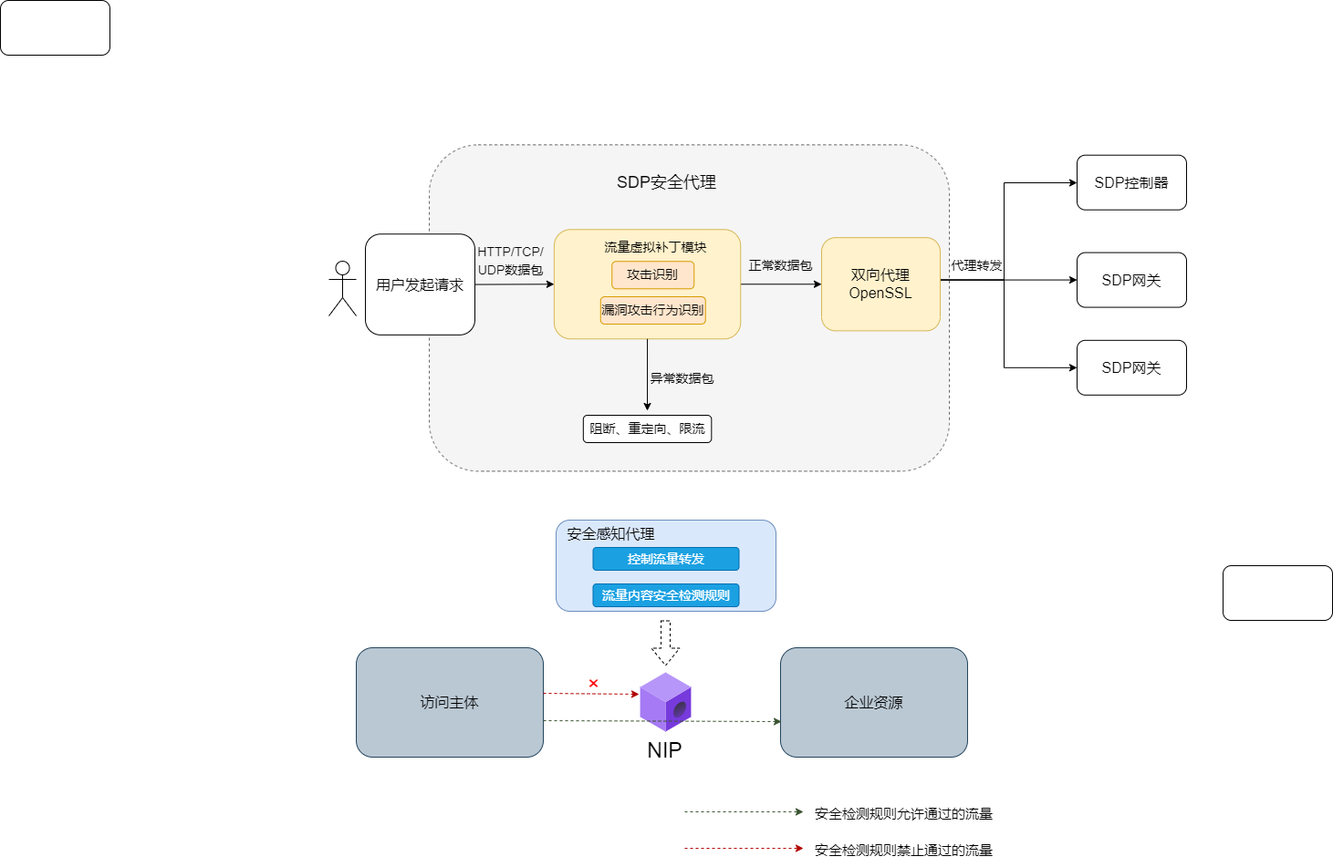
The draw.io diagram testDirectory/虚拟补丁.drawio.png in Moose1273/-, before a commit. Source tidied: cells renumbered, new cells last; positions are measured from the earlier drawing's top-left corner, leaving out a move shared by most shapes.
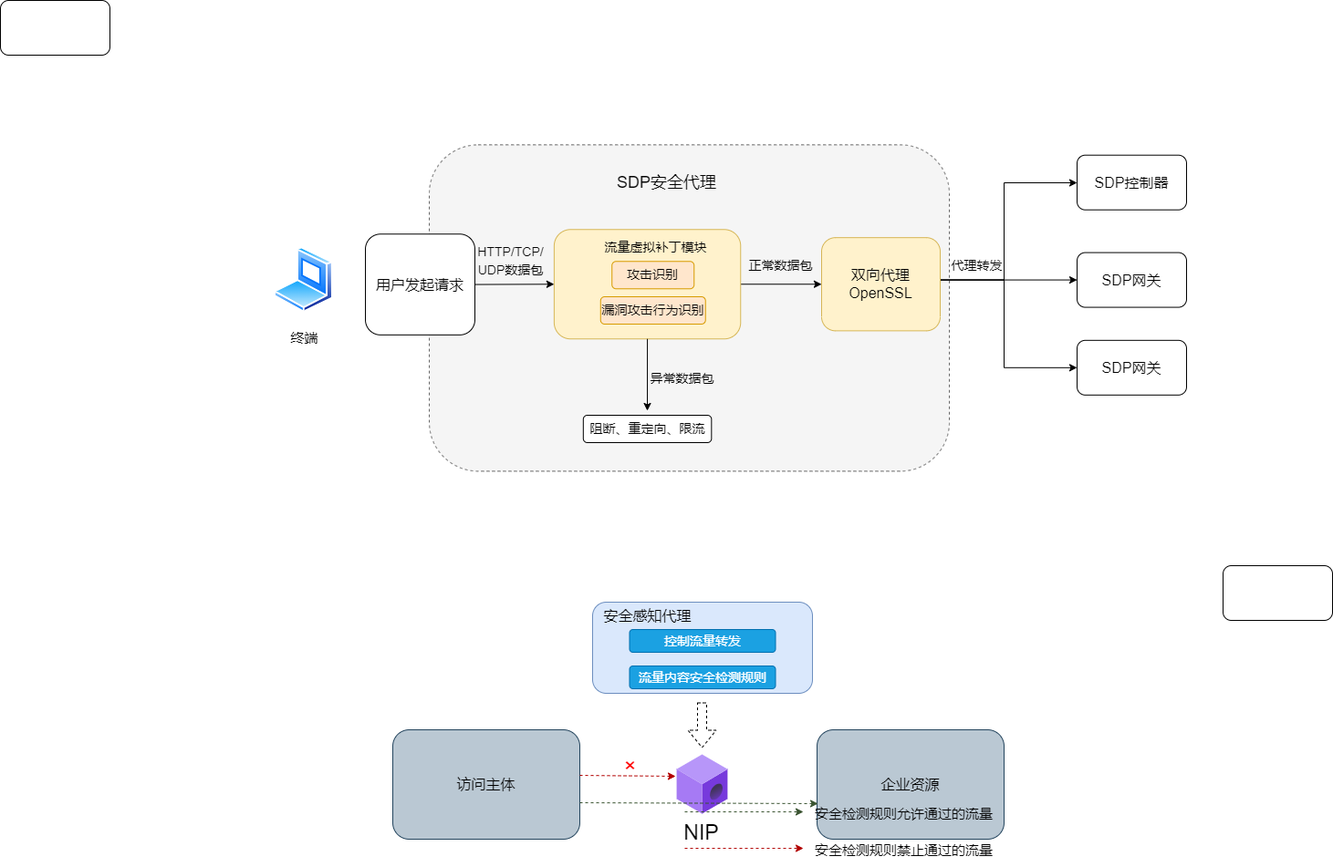
After the change.

Commit message:
更新虚拟补丁.drawio.png

Diff of the diagram source:
```diff
@@ -64,47 +64,47 @@
       <mxGeometry x="647.8" y="256.3" width="140" height="30" as="geometry" />
     </mxCell>
     <mxCell id="17" style="rounded=1;whiteSpace=wrap;html=1;fontSize=14;fillColor=#dae8fc;strokeColor=#6c8ebf;" parent="1" vertex="1">
-      <mxGeometry x="609" y="570" width="241" height="100" as="geometry" />
+      <mxGeometry x="649" y="660" width="241" height="100" as="geometry" />
     </mxCell>
     <mxCell id="18" value="流量内容安全检测规则" style="rounded=1;whiteSpace=wrap;html=1;fontSize=14;fillColor=#1ba1e2;fontColor=#ffffff;strokeColor=#006EAF;" parent="1" vertex="1">
-      <mxGeometry x="649.5" y="640" width="160" height="25" as="geometry" />
+      <mxGeometry x="689.5" y="730" width="160" height="25" as="geometry" />
     </mxCell>
     <mxCell id="19" value="控制流量转发" style="rounded=1;whiteSpace=wrap;html=1;fontSize=14;fillColor=#1ba1e2;fontColor=#ffffff;strokeColor=#006EAF;" parent="1" vertex="1">
-      <mxGeometry x="649.5" y="600" width="160" height="25" as="geometry" />
+      <mxGeometry x="689.5" y="690" width="160" height="25" as="geometry" />
     </mxCell>
     <mxCell id="20" value="&lt;font style=&quot;font-size: 16px;&quot;&gt;安全感知代理&lt;/font&gt;" style="text;html=1;align=center;verticalAlign=middle;strokeColor=none;fillColor=none;fontSize=14;" parent="1" vertex="1">
-      <mxGeometry x="609" y="570" width="120" height="30" as="geometry" />
+      <mxGeometry x="649" y="660" width="120" height="30" as="geometry" />
     </mxCell>
     <mxCell id="21" value="访问主体" style="rounded=1;whiteSpace=wrap;html=1;fontSize=16;fillColor=#bac8d3;strokeColor=#23445d;" parent="1" vertex="1">
-      <mxGeometry x="390" y="710" width="205" height="120" as="geometry" />
+      <mxGeometry x="430" y="800" width="205" height="120" as="geometry" />
     </mxCell>
     <mxCell id="22" value="企业资源" style="rounded=1;whiteSpace=wrap;html=1;fontSize=16;fillColor=#bac8d3;strokeColor=#23445d;" parent="1" vertex="1">
-      <mxGeometry x="855" y="710" width="205" height="120" as="geometry" />
+      <mxGeometry x="895" y="800" width="205" height="120" as="geometry" />
     </mxCell>
     <mxCell id="23" style="html=1;align=center;image;fontSize=12;image=img/lib/azure2/blockchain/ABS_Member.svg;" parent="1" vertex="1">
-      <mxGeometry x="701.5" y="737.5" width="56" height="65" as="geometry" />
+      <mxGeometry x="741.5" y="827.5" width="56" height="65" as="geometry" />
     </mxCell>
     <mxCell id="24" style="endArrow=classic;html=1;rounded=0;fontSize=16;exitX=0.732;exitY=0.833;exitDx=0;exitDy=0;exitPerimeter=0;entryX=0.005;entryY=0.675;entryDx=0;entryDy=0;entryPerimeter=0;dashed=1;fillColor=#6d8764;strokeColor=#3A5431;" parent="1" edge="1" target="22">
       <mxGeometry relative="1" as="geometry">
-        <mxPoint x="595" y="790" as="sourcePoint" />
+        <mxPoint x="635" y="880" as="sourcePoint" />
       </mxGeometry>
     </mxCell>
     <mxCell id="25" style="endArrow=classic;html=1;rounded=0;fontSize=16;exitX=0.732;exitY=0.833;exitDx=0;exitDy=0;exitPerimeter=0;dashed=1;fillColor=#e51400;strokeColor=#B20000;" parent="1" edge="1">
       <mxGeometry relative="1" as="geometry">
-        <mxPoint x="595" y="760" as="sourcePoint" />
-        <mxPoint x="700" y="761" as="targetPoint" />
+        <mxPoint x="635" y="850" as="sourcePoint" />
+        <mxPoint x="740" y="851" as="targetPoint" />
       </mxGeometry>
     </mxCell>
     <mxCell id="26" value="&lt;font color=&quot;#ff0000&quot; style=&quot;font-size: 23px;&quot;&gt;×&lt;/font&gt;" style="text;html=1;align=center;verticalAlign=middle;strokeColor=none;fillColor=none;fontSize=16;" parent="1" vertex="1">
-      <mxGeometry x="630" y="730" width="40" height="40" as="geometry" />
+      <mxGeometry x="670" y="820" width="40" height="40" as="geometry" />
     </mxCell>
     <mxCell id="27" value="&lt;font color=&quot;#000000&quot;&gt;NIP&lt;/font&gt;" style="text;html=1;align=center;verticalAlign=middle;strokeColor=none;fillColor=none;fontSize=23;fontColor=#FF0000;" parent="1" vertex="1">
-      <mxGeometry x="697.5" y="802.5" width="60" height="40" as="geometry" />
+      <mxGeometry x="737.5" y="892.5" width="60" height="40" as="geometry" />
     </mxCell>
     <mxCell id="28" style="shape=flexArrow;endArrow=classic;html=1;rounded=0;dashed=1;fontSize=23;fontColor=#000000;" parent="1" edge="1">
       <mxGeometry x="-0.6" y="10" relative="1" as="geometry">
-        <mxPoint x="729" y="680" as="sourcePoint" />
-        <mxPoint x="729" y="730" as="targetPoint" />
+        <mxPoint x="769" y="770" as="sourcePoint" />
+        <mxPoint x="769" y="820" as="targetPoint" />
       </mxGeometry>
     </mxCell>
     <mxCell id="29" style="endArrow=classic;html=1;rounded=0;fontSize=16;exitX=0.732;exitY=0.833;exitDx=0;exitDy=0;exitPerimeter=0;dashed=1;fillColor=#6d8764;strokeColor=#3A5431;" parent="1" edge="1">
@@ -152,8 +152,11 @@
     <mxCell id="41" value="&lt;font style=&quot;font-size: 14px;&quot;&gt;代理转发&lt;/font&gt;" style="text;html=1;align=center;verticalAlign=middle;strokeColor=none;fillColor=none;" parent="1" vertex="1">
       <mxGeometry x="1030" y="276.3" width="80" height="30" as="geometry" />
     </mxCell>
-    <mxCell id="42" style="shape=umlActor;verticalLabelPosition=bottom;verticalAlign=top;html=1;" parent="1" vertex="1">
-      <mxGeometry x="360" y="286" width="30" height="60" as="geometry" />
-    </mxCell>
+    <mxCell id="43" style="perimeter=ellipsePerimeter;html=1;align=center;shadow=0;dashed=0;spacingTop=3;image;image=img/lib/active_directory/laptop_client.svg;" parent="1" vertex="1">
+      <mxGeometry x="300" y="270.5" width="65" height="72.2" as="geometry" />
+    </mxCell>
+    <mxCell id="44" value="&lt;font style=&quot;font-size: 15px;&quot;&gt;终端&lt;/font&gt;" style="text;html=1;align=center;verticalAlign=middle;strokeColor=none;fillColor=none;" parent="1" vertex="1">
+      <mxGeometry x="307.5" y="355" width="50" height="30" as="geometry" />
+    </mxCell>
   </root>
 </mxGraphModel>
```
